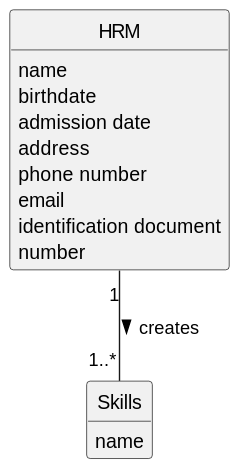
Above: docs/sprintA/us001/02.analysis/svg/us001-domain-model.svg in diogoveirospro/lei-24-s2-1dg-g072 (PlantUML), before the change.
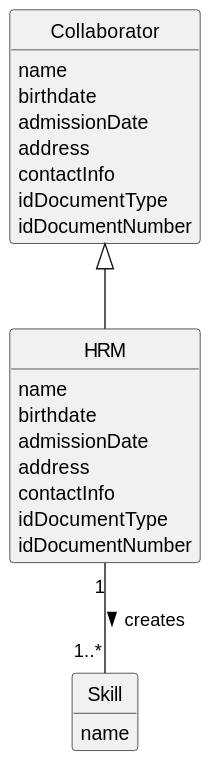
After the commit.

What changed in the source:
```diff
@@ -9,26 +9,33 @@
 hide circle
 hide methods
 
-
+class Collaborator {
+   name
+   birthdate
+   admissionDate
+   address
+   contactInfo
+   idDocumentType
+   idDocumentNumber
+}
 
 class HRM {
     name
     birthdate
-    admission date
+    admissionDate
     address
-    phone number
-    email
-    identification document
-    number
+    contactInfo
+    idDocumentType
+    idDocumentNumber
 }
 
-class Skills {
+class Skill {
     name
 }
 
 
 
 
-
-HRM "1" -- "1..*" Skills: creates >
+HRM "1" -- "1..*" Skill: creates >
+Collaborator <|-- HRM
 @enduml
```
